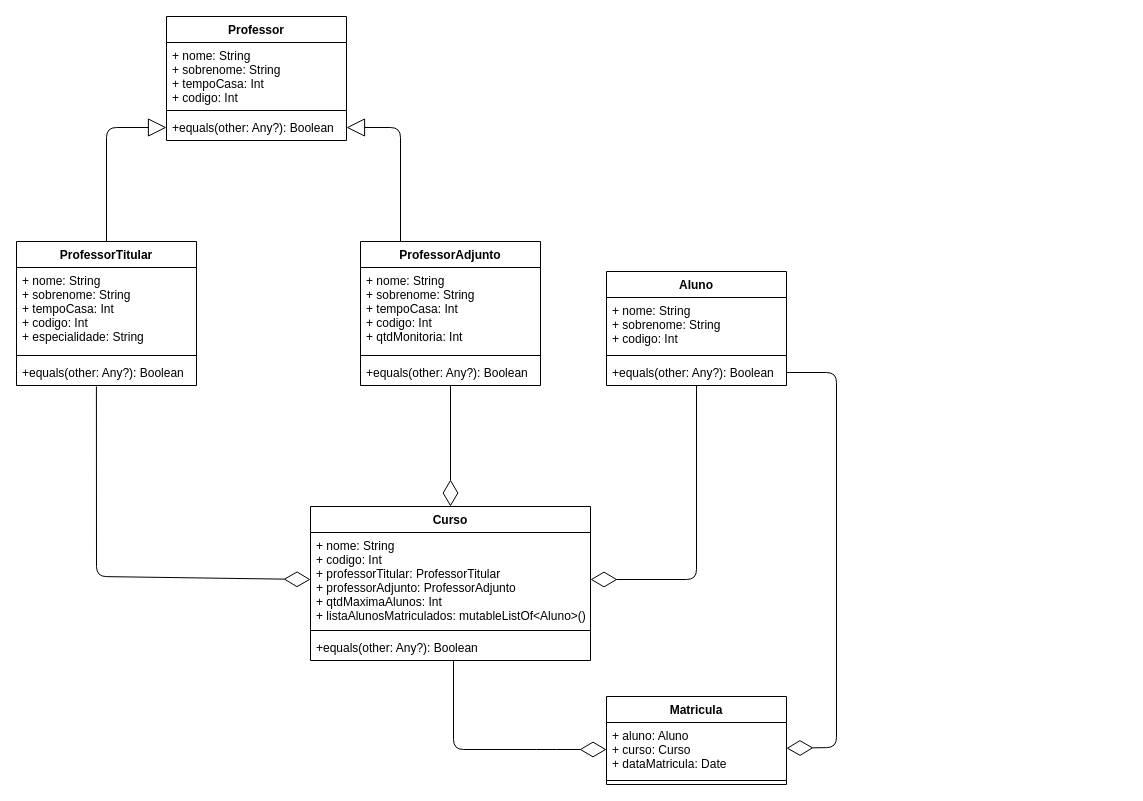
Before: UML/Diagrama Desafio Kotlin.drawio in MarcusLoureiro/DesafioKotlin, a draw.io diagram. Source tidied: cells renumbered, new cells numbered last; positions are measured from the earlier drawing's top-left corner, leaving out a move shared by most shapes. Both pictures are drawn from the tidied source at 100%, with x=0, y=0 at pixel (16, 16).
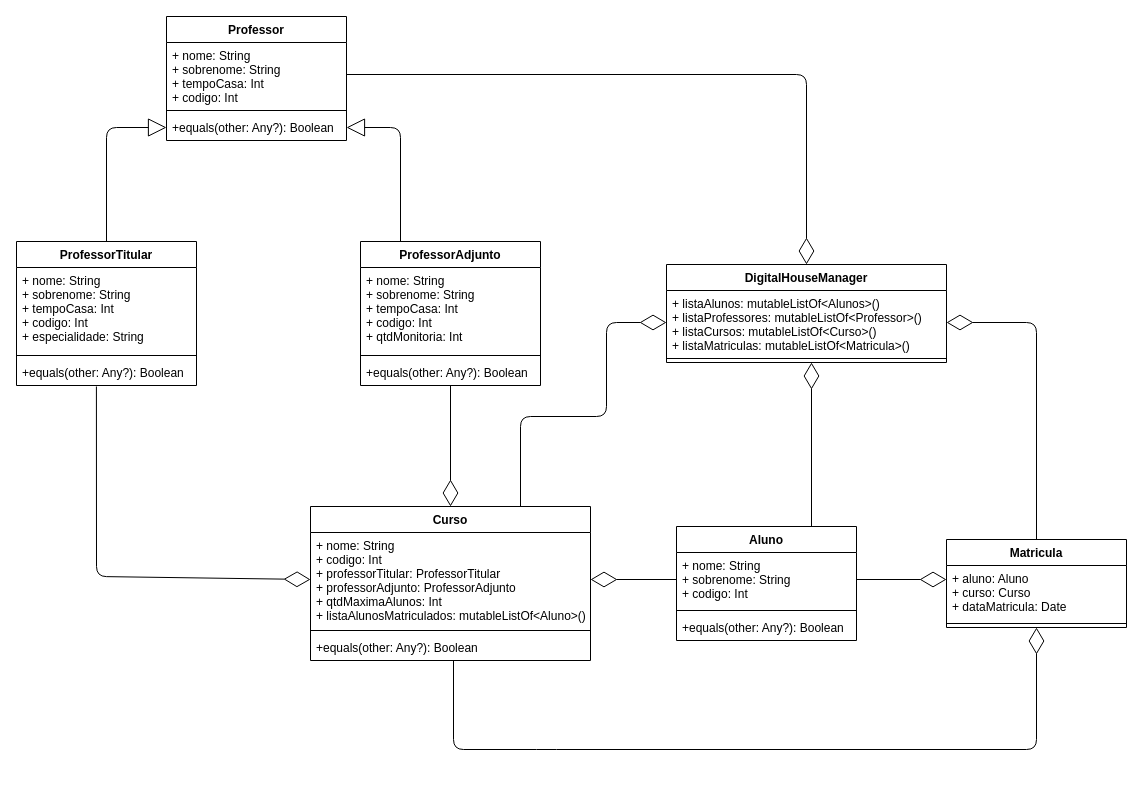
Above is the later version.

Unchanged cells that the change refers to:
```xml
<mxCell id="3" value="+ nome: String&#10;+ sobrenome: String&#10;+ tempoCasa: Int&#10;+ codigo: Int" style="text;strokeColor=none;fillColor=none;align=left;verticalAlign=top;spacingLeft=4;spacingRight=4;overflow=hidden;points=[[0,0.5],[1,0.5]];portConstraint=eastwest;" parent="2" vertex="1">
  <mxGeometry y="26" width="180" height="64" as="geometry" />
</mxCell>
<mxCell id="12" value="Curso" style="swimlane;fontStyle=1;align=center;verticalAlign=top;horizontal=1;startSize=26;" parent="1" vertex="1">
  <mxGeometry x="294" y="490" width="280" height="154" as="geometry" />
</mxCell>
<mxCell id="13" value="+ nome: String&#10;+ codigo: Int&#10;+ professorTitular: ProfessorTitular&#10;+ professorAdjunto: ProfessorAdjunto&#10;+ qtdMaximaAlunos: Int&#10;+ listaAlunosMatriculados: mutableListOf&lt;Aluno&gt;()" style="text;strokeColor=none;fillColor=none;align=left;verticalAlign=top;spacingLeft=4;spacingRight=4;overflow=hidden;points=[[0,0.5],[1,0.5]];portConstraint=eastwest;" parent="12" vertex="1">
  <mxGeometry y="26" width="280" height="94" as="geometry" />
</mxCell>
<mxCell id="24" value="+ nome: String&#10;+ sobrenome: String&#10;+ codigo: Int" style="text;strokeColor=none;fillColor=none;align=left;verticalAlign=top;spacingLeft=4;spacingRight=4;overflow=hidden;points=[[0,0.5],[1,0.5]];portConstraint=eastwest;" parent="23" vertex="1">
  <mxGeometry y="26" width="180" height="54" as="geometry" />
</mxCell>
<mxCell id="26" value="+equals(other: Any?): Boolean " style="text;strokeColor=none;fillColor=none;align=left;verticalAlign=top;spacingLeft=4;spacingRight=4;overflow=hidden;points=[[0,0.5],[1,0.5]];portConstraint=eastwest;" parent="23" vertex="1">
  <mxGeometry y="88" width="180" height="26" as="geometry" />
</mxCell>
```

What changed in the source:
```diff
@@
-    <mxCell id="18" style="endArrow=diamondThin;endFill=0;endSize=24;html=1;entryX=1;entryY=0.5;entryDx=0;entryDy=0;" parent="1" edge="1" source="26" target="13">
-      <mxGeometry relative="1" as="geometry">
-        <Array as="points">
-          <mxPoint x="680" y="563" />
-        </Array>
-      </mxGeometry>
+    <mxCell id="18" style="endArrow=diamondThin;endFill=0;endSize=24;html=1;exitX=0;exitY=0.5;exitDx=0;exitDy=0;entryX=1;entryY=0.5;entryDx=0;entryDy=0;" parent="1" edge="1" source="24" target="13">
+      <mxGeometry relative="1" as="geometry" />
     </mxCell>
@@
+    <mxCell id="30" style="endArrow=diamondThin;endFill=0;endSize=24;html=1;entryX=0.5;entryY=1;entryDx=0;entryDy=0;" parent="1" edge="1" target="27">
+      <mxGeometry relative="1" as="geometry">
+        <mxPoint x="437" y="644" as="sourcePoint" />
+        <Array as="points">
+          <mxPoint x="437" y="733" />
+          <mxPoint x="530" y="733" />
+          <mxPoint x="1020" y="733" />
+        </Array>
+      </mxGeometry>
+    </mxCell>
+    <mxCell id="31" style="endArrow=diamondThin;endFill=0;endSize=24;html=1;exitX=1;exitY=0.5;exitDx=0;exitDy=0;" parent="1" edge="1" source="24">
+      <mxGeometry relative="1" as="geometry">
+        <mxPoint x="930" y="563" as="targetPoint" />
+      </mxGeometry>
+    </mxCell>
+    <mxCell id="27" value="Matricula" style="swimlane;fontStyle=1;align=center;verticalAlign=top;horizontal=1;startSize=26;" parent="1" vertex="1">
+      <mxGeometry x="930" y="523" width="180" height="88" as="geometry" />
+    </mxCell>
+    <mxCell id="28" value="+ aluno: Aluno&#10;+ curso: Curso&#10;+ dataMatricula: Date" style="text;strokeColor=none;fillColor=none;align=left;verticalAlign=top;spacingLeft=4;spacingRight=4;overflow=hidden;points=[[0,0.5],[1,0.5]];portConstraint=eastwest;" parent="27" vertex="1">
+      <mxGeometry y="26" width="180" height="54" as="geometry" />
+    </mxCell>
+    <mxCell id="29" style="line;strokeWidth=1;fillColor=none;align=left;verticalAlign=middle;spacingTop=-1;spacingLeft=3;spacingRight=3;labelPosition=right;" parent="27" vertex="1">
+      <mxGeometry y="80" width="180" height="8" as="geometry" />
+    </mxCell>
+    <mxCell id="32" value="DigitalHouseManager&#10;" style="swimlane;fontStyle=1;align=center;verticalAlign=top;horizontal=1;startSize=26;" parent="1" vertex="1">
+      <mxGeometry x="650" y="248" width="280" height="98" as="geometry" />
+    </mxCell>
+    <mxCell id="33" value="+ listaAlunos: mutableListOf&lt;Alunos&gt;()&#10;+ listaProfessores: mutableListOf&lt;Professor&gt;()&#10;+ listaCursos: mutableListOf&lt;Curso&gt;()&#10;+ listaMatriculas: mutableListOf&lt;Matricula&gt;()" style="text;strokeColor=none;fillColor=none;align=left;verticalAlign=top;spacingLeft=4;spacingRight=4;overflow=hidden;points=[[0,0.5],[1,0.5]];portConstraint=eastwest;" parent="32" vertex="1">
+      <mxGeometry y="26" width="280" height="64" as="geometry" />
+    </mxCell>
+    <mxCell id="34" style="line;strokeWidth=1;fillColor=none;align=left;verticalAlign=middle;spacingTop=-1;spacingLeft=3;spacingRight=3;labelPosition=right;" parent="32" vertex="1">
+      <mxGeometry y="90" width="280" height="8" as="geometry" />
+    </mxCell>
+    <mxCell id="35" style="endArrow=diamondThin;endFill=0;endSize=24;html=1;exitX=1;exitY=0.5;exitDx=0;exitDy=0;entryX=0.5;entryY=0;entryDx=0;entryDy=0;" parent="1" edge="1" source="3" target="32">
+      <mxGeometry relative="1" as="geometry">
+        <Array as="points">
+          <mxPoint x="790" y="58" />
+        </Array>
+      </mxGeometry>
+    </mxCell>
+    <mxCell id="36" style="endArrow=diamondThin;endFill=0;endSize=24;html=1;exitX=0.75;exitY=0;exitDx=0;exitDy=0;" parent="1" edge="1" source="23">
+      <mxGeometry relative="1" as="geometry">
+        <mxPoint x="795" y="346" as="targetPoint" />
+      </mxGeometry>
+    </mxCell>
+    <mxCell id="37" style="endArrow=diamondThin;endFill=0;endSize=24;html=1;exitX=0.75;exitY=0;exitDx=0;exitDy=0;entryX=0;entryY=0.5;entryDx=0;entryDy=0;" parent="1" edge="1" source="12" target="33">
+      <mxGeometry relative="1" as="geometry">
+        <Array as="points">
+          <mxPoint x="504" y="400" />
+          <mxPoint x="590" y="400" />
+          <mxPoint x="590" y="306" />
+        </Array>
+      </mxGeometry>
+    </mxCell>
+    <mxCell id="38" style="endArrow=diamondThin;endFill=0;endSize=24;html=1;exitX=0.5;exitY=0;exitDx=0;exitDy=0;entryX=1;entryY=0.5;entryDx=0;entryDy=0;" parent="1" edge="1" source="27" target="33">
+      <mxGeometry relative="1" as="geometry">
+        <Array as="points">
+          <mxPoint x="1020" y="306" />
+        </Array>
+      </mxGeometry>
+    </mxCell>
     <mxCell id="23" value="Aluno" style="swimlane;fontStyle=1;align=center;verticalAlign=top;horizontal=1;startSize=26;" parent="1" vertex="1">
-      <mxGeometry x="590" y="255" width="180" height="114" as="geometry" />
+      <mxGeometry x="660" y="510" width="180" height="114" as="geometry" />
     </mxCell>
@@
-    <mxCell id="27" value="Matricula" style="swimlane;fontStyle=1;align=center;verticalAlign=top;horizontal=1;startSize=26;" parent="1" vertex="1">
-      <mxGeometry x="590" y="680" width="180" height="88" as="geometry" />
-    </mxCell>
-    <mxCell id="28" value="+ aluno: Aluno&#10;+ curso: Curso&#10;+ dataMatricula: Date" style="text;strokeColor=none;fillColor=none;align=left;verticalAlign=top;spacingLeft=4;spacingRight=4;overflow=hidden;points=[[0,0.5],[1,0.5]];portConstraint=eastwest;" parent="27" vertex="1">
-      <mxGeometry y="26" width="180" height="54" as="geometry" />
-    </mxCell>
-    <mxCell id="29" style="line;strokeWidth=1;fillColor=none;align=left;verticalAlign=middle;spacingTop=-1;spacingLeft=3;spacingRight=3;labelPosition=right;" parent="27" vertex="1">
-      <mxGeometry y="80" width="180" height="8" as="geometry" />
-    </mxCell>
-    <mxCell id="30" style="endArrow=diamondThin;endFill=0;endSize=24;html=1;entryX=0;entryY=0.5;entryDx=0;entryDy=0;" parent="1" edge="1" target="28">
-      <mxGeometry relative="1" as="geometry">
-        <mxPoint x="437" y="644" as="sourcePoint" />
-        <Array as="points">
-          <mxPoint x="437" y="733" />
-          <mxPoint x="530" y="733" />
-        </Array>
-      </mxGeometry>
-    </mxCell>
-    <mxCell id="31" style="endArrow=diamondThin;endFill=0;endSize=24;html=1;exitX=1;exitY=0.5;exitDx=0;exitDy=0;" parent="1" edge="1" source="26" target="28">
-      <mxGeometry relative="1" as="geometry">
-        <Array as="points">
-          <mxPoint x="820" y="356" />
-          <mxPoint x="820" y="731" />
-        </Array>
-      </mxGeometry>
-    </mxCell>
```
